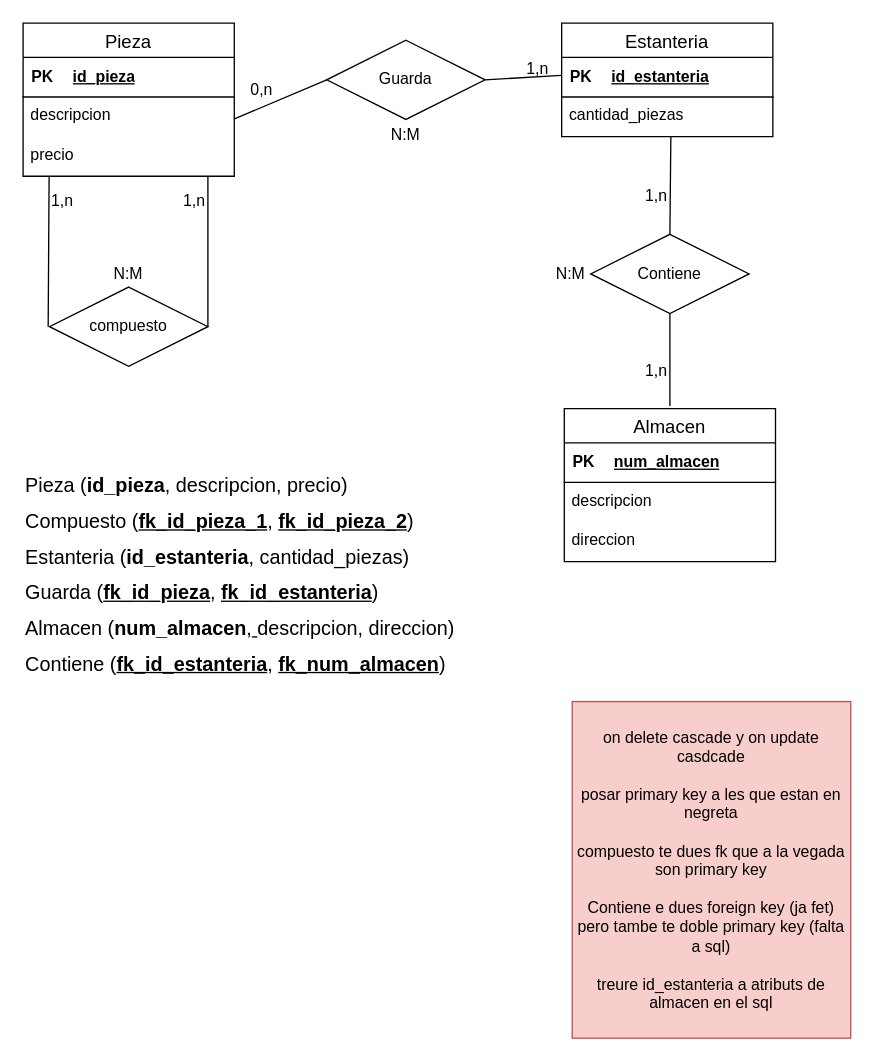
Before: Ejercicio05.drawio in Daninuro/diagrames-cvf-dn-mpl-n-11102023, a draw.io diagram. Source tidied: cells renumbered, new cells numbered last; positions are measured from the earlier drawing's top-left corner, leaving out a move shared by most shapes. Both pictures are drawn from the tidied source at 132%, with x=0, y=0 at pixel (22, 22).
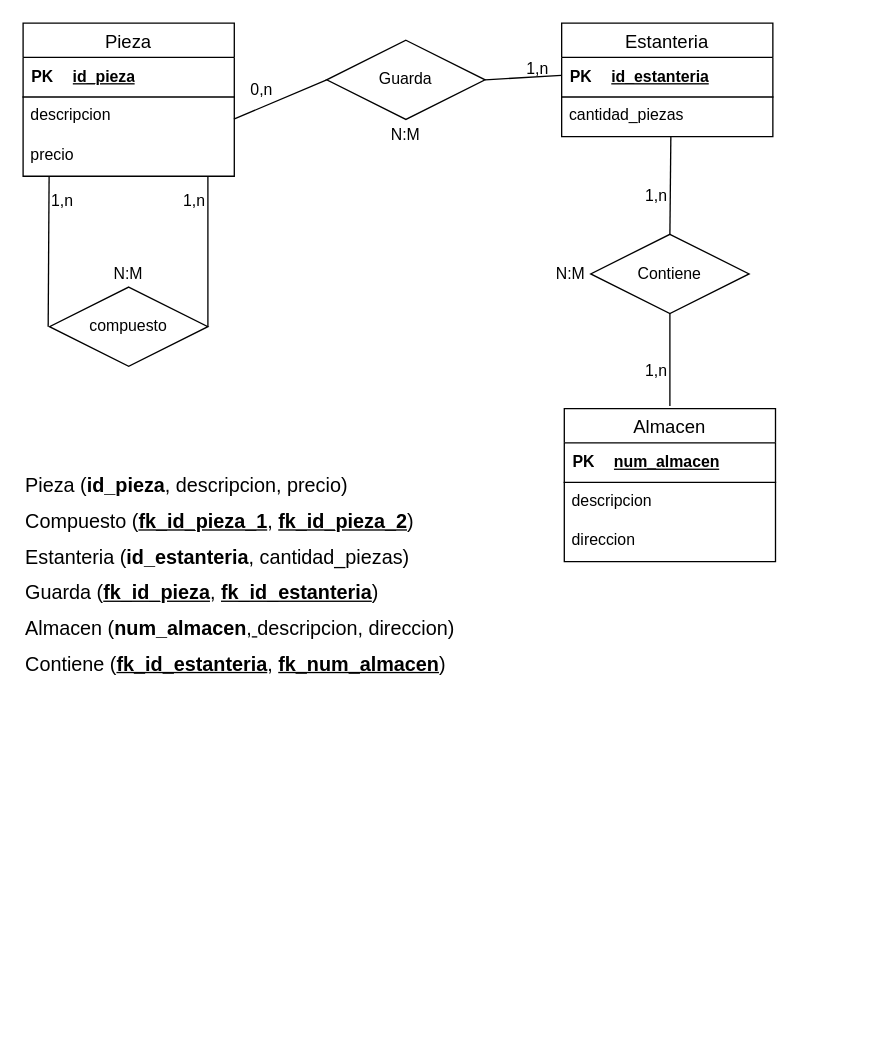
Above is the later version.

The edit, as a diff of the source:
```diff
@@
-    <mxCell id="41" value="on delete cascade y on update casdcade&lt;br&gt;&lt;br&gt;posar primary key a les que estan en negreta&lt;br&gt;&lt;br&gt;compuesto te dues fk que a la vegada son primary key&lt;br&gt;&lt;br&gt;Contiene e dues foreign key (ja fet) pero tambe te doble primary key (falta a sql)&lt;br&gt;&lt;br&gt;treure id_estanteria a atributs de almacen en el sql" style="text;html=1;strokeColor=#b85450;fillColor=#f8cecc;align=center;verticalAlign=middle;whiteSpace=wrap;rounded=0;" parent="1" vertex="1">
-      <mxGeometry x="416" y="514" width="211" height="255" as="geometry" />
-    </mxCell>
```
